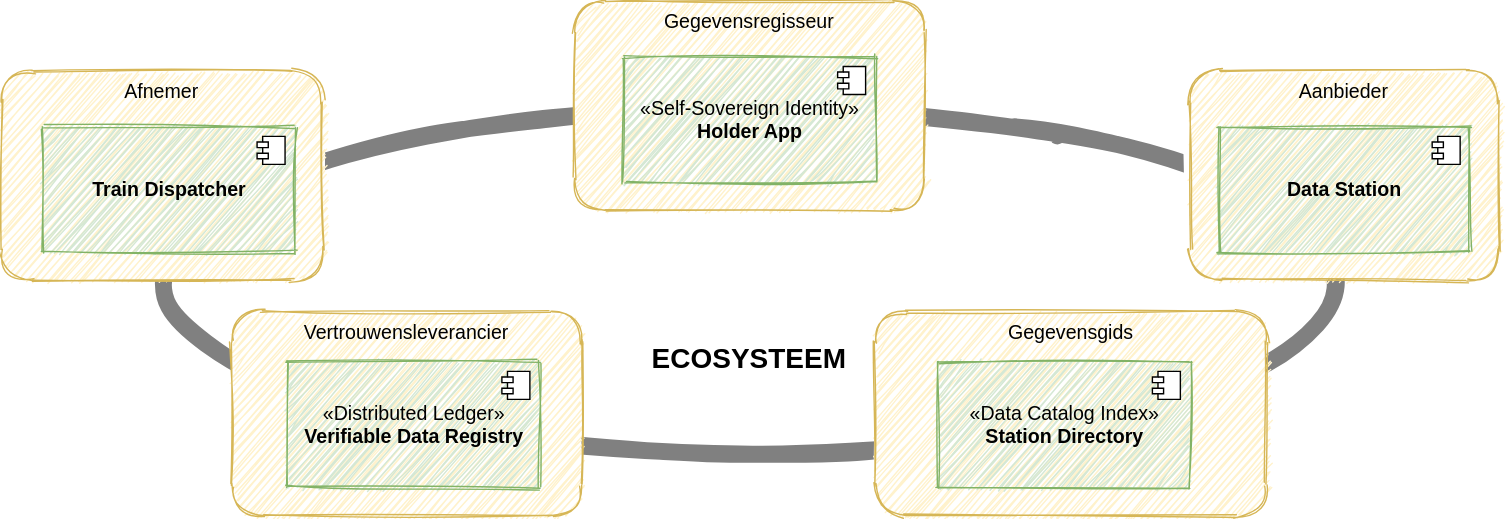
The draw.io diagram .gitbook/assets/components.svg in dizra/docs, before a commit. Source tidied: cells renumbered, new cells last; positions are measured from the earlier drawing's top-left corner, leaving out a move shared by most shapes.
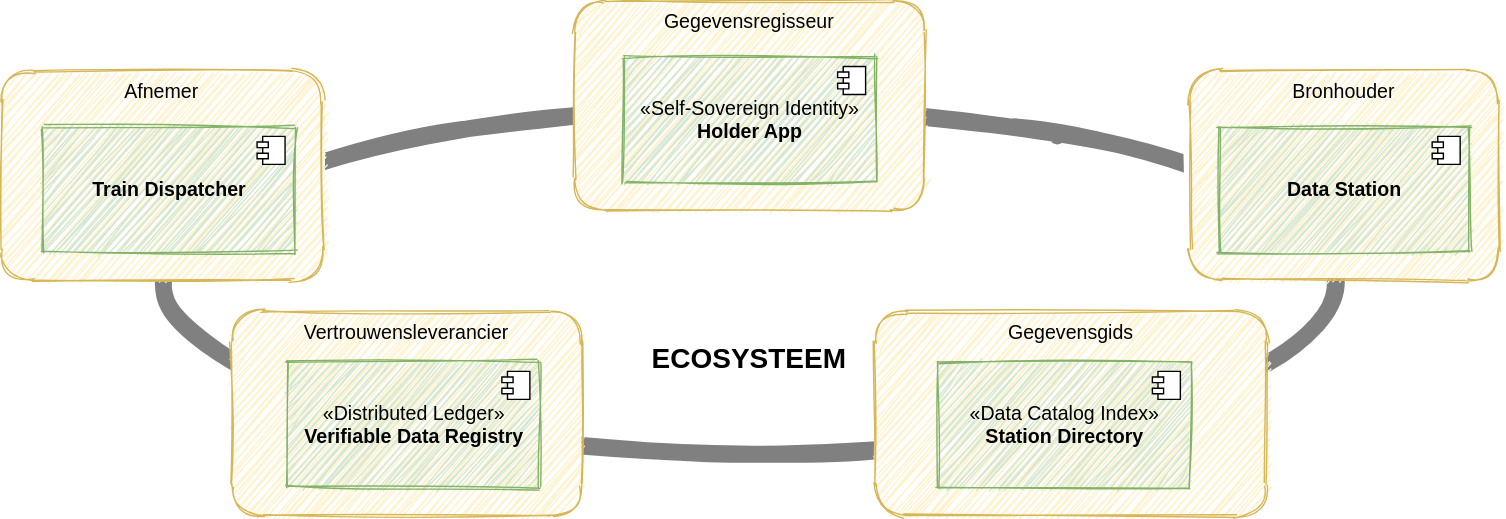
The same file after the commit.

Change to the diagram source:
```diff
@@ -23,7 +23,7 @@
     <mxCell id="8" value="Afnemer" style="rounded=1;whiteSpace=wrap;html=1;sketch=1;fillColor=#fff2cc;strokeColor=#d6b656;fontSize=14;verticalAlign=top;" parent="1" vertex="1">
       <mxGeometry y="50" width="230" height="150" as="geometry" />
     </mxCell>
-    <mxCell id="9" value="Aanbieder" style="rounded=1;whiteSpace=wrap;html=1;sketch=1;fillColor=#fff2cc;strokeColor=#d6b656;fontSize=14;verticalAlign=top;" parent="1" vertex="1">
+    <mxCell id="9" value="Bronhouder" style="rounded=1;whiteSpace=wrap;html=1;sketch=1;fillColor=#fff2cc;strokeColor=#d6b656;fontSize=14;verticalAlign=top;" parent="1" vertex="1">
       <mxGeometry x="850" y="50" width="220" height="150" as="geometry" />
     </mxCell>
     <mxCell id="10" value="Vertrouwensleverancier" style="rounded=1;whiteSpace=wrap;html=1;sketch=1;fillColor=#fff2cc;strokeColor=#d6b656;fontSize=14;verticalAlign=top;" parent="1" vertex="1">
```
